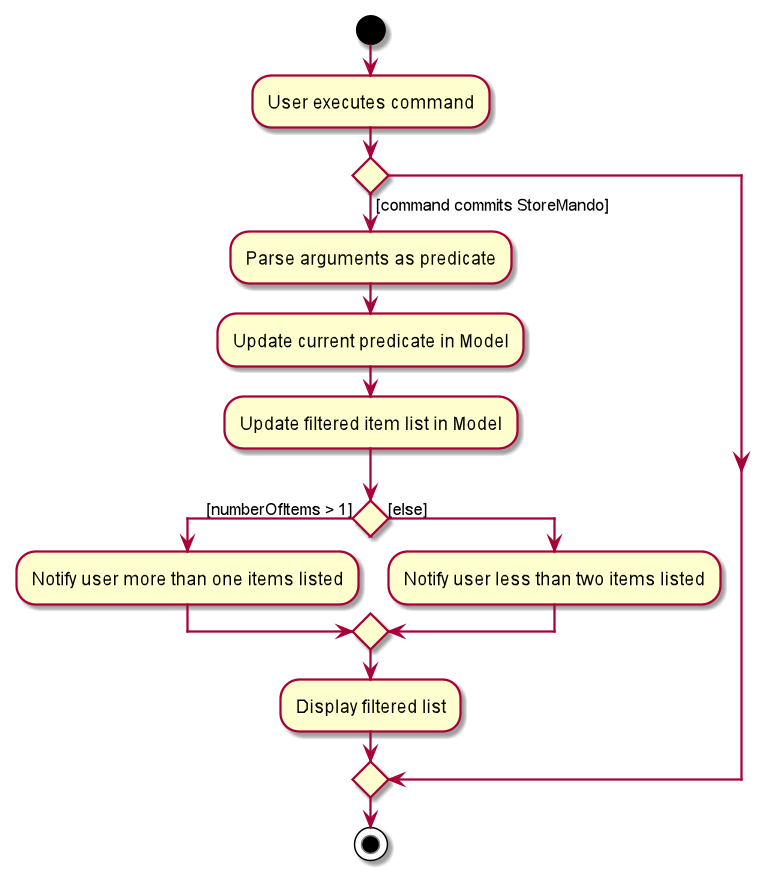
Above: docs/images/FindActivityDiagram.png in nus-cs2103-AY2021S2/tp (PlantUML), before the change. Its diagram source:
```plantuml
@startuml
start
:User executes command;


if () then ([command commits StoreMando])
    :Parse arguments as predicate;
    :Update current predicate in Model;
    :Update filtered item list in Model;
    if () then ([numberOfItems > 1])
    :Notify user more than one items listed;
    else ([else])
    :Notify user less than two items listed;
    endif
    :Display filtered list;
endif
stop
@enduml
```
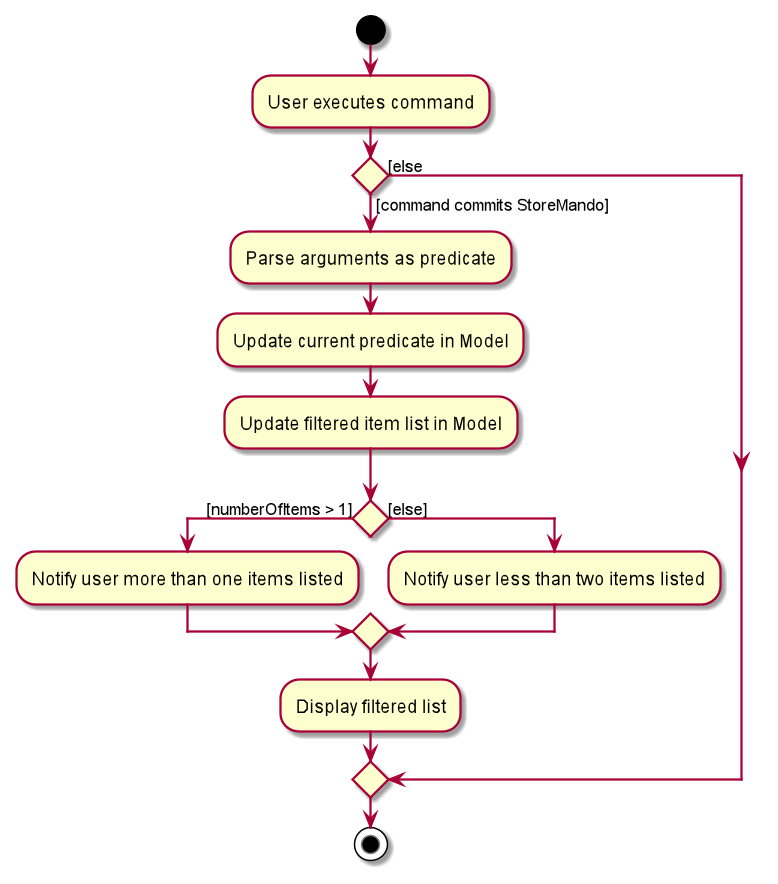
After the commit.

Commit message:
Update else case in Find activity diagram

The edit, as a diff of the source:
```diff
@@ -13,6 +13,7 @@
     :Notify user less than two items listed;
     endif
     :Display filtered list;
+else ([else)
 endif
 stop
 @enduml
```
